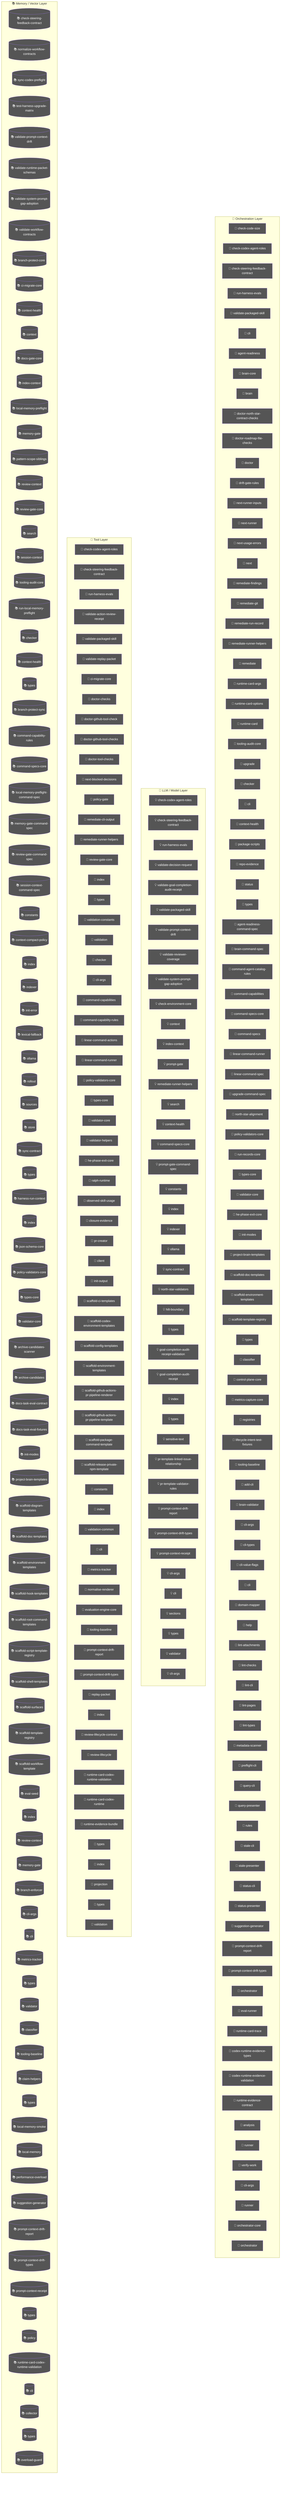
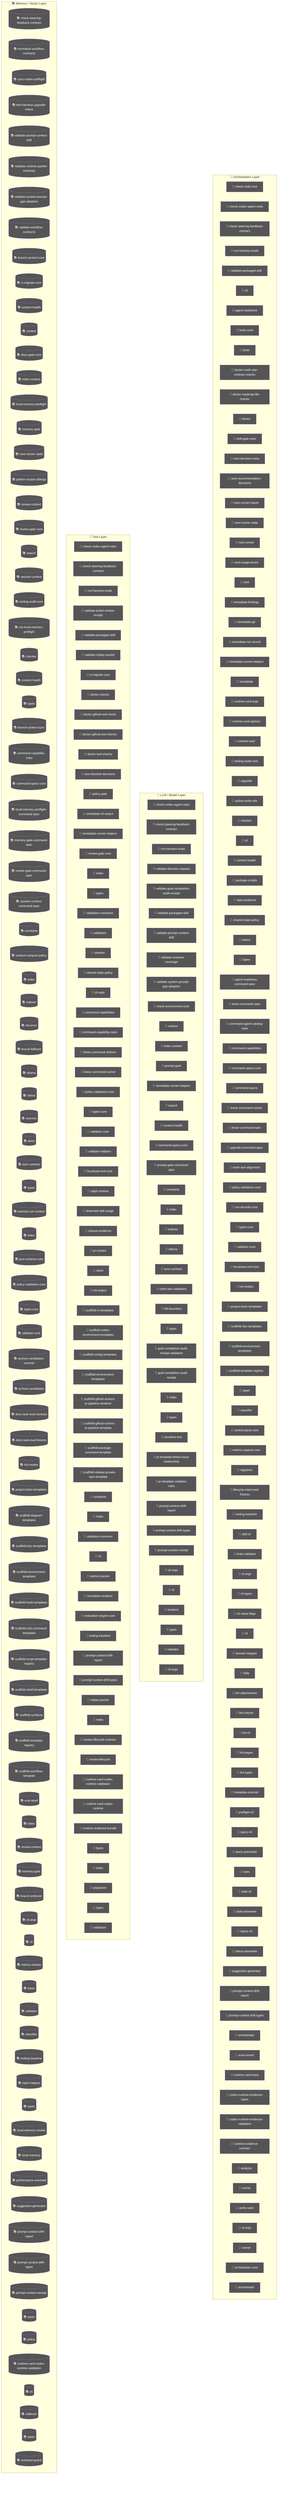
flowchart TD
  subgraph Orchestration["🎯 Orchestration Layer"]
    check_code_size_9c5efc3a["🤖 check-code-size"]
    node_agent_mmd_orchestration_layer_orchestration_chec_7a9f0b64["🤖 check-codex-agent-roles"]
    node_agent_mmd_orchestration_layer_orchestration_chec_7fd47f5c["🤖 check-steering-feedback-contract"]
    node_agent_mmd_orchestration_layer_orchestration_run__18817957["🤖 run-harness-evals"]
    node_agent_mmd_orchestration_layer_orchestration_vali_c01b04be["🤖 validate-packaged-skill"]
    cli_99bb8840["🤖 cli"]
    agent_readiness_c82c68e6["🤖 agent-readiness"]
    brain_core_aa07c380["🤖 brain-core"]
    brain_bbbf7a64["🤖 brain"]
    doctor_north_star_contract_checks_0048124c["🤖 doctor-north-star-contract-checks"]
    doctor_roadmap_file_checks_14447b8e["🤖 doctor-roadmap-file-checks"]
    doctor_72f4be89["🤖 doctor"]
    drift_gate_rules_9685e72d["🤖 drift-gate-rules"]
+     next_decision_meta_c58bc91b["🤖 next-decision-meta"]
+     next_recommendation_decisions_03315dd4["🤖 next-recommendation-decisions"]
    next_runner_inputs_754dba64["🤖 next-runner-inputs"]
+     node_agent_mmd_orchestration_layer_orchestration_next_5393fba1["🤖 next-runner-state"]
    next_runner_41643472["🤖 next-runner"]
    next_usage_errors_837a345a["🤖 next-usage-errors"]
    next_c6c1c9a9["🤖 next"]
    remediate_findings_8b09c8c6["🤖 remediate-findings"]
    remediate_git_58c6f6f4["🤖 remediate-git"]
    remediate_run_record_9dfe5dc1["🤖 remediate-run-record"]
    node_agent_mmd_orchestration_layer_orchestration_reme_359fe98f["🤖 remediate-runner-helpers"]
    remediate_06b9c7fc["🤖 remediate"]
    runtime_card_args_2b3d4b28["🤖 runtime-card-args"]
    runtime_card_options_c9156ad5["🤖 runtime-card-options"]
    runtime_card_e06b53e1["🤖 runtime-card"]
    node_agent_mmd_orchestration_layer_orchestration_tool_acfe0c01["🤖 tooling-audit-core"]
    upgrade_7fef9479["🤖 upgrade"]
+     active_route_refs_d7a46846["🤖 active-route-refs"]
    node_agent_mmd_orchestration_layer_orchestration_chec_0550c395["🤖 checker"]
    cli_1_084e05fe["🤖 cli"]
    node_agent_mmd_orchestration_layer_orchestration_cont_61b3b9c9["🤖 context-health"]
    package_scripts_3ee6150f["🤖 package-scripts"]
    repo_evidence_38bb1de5["🤖 repo-evidence"]
+     node_agent_mmd_orchestration_layer_orchestration_shar_724ef5f0["🤖 shared-state-policy"]
    status_073c1634["🤖 status"]
    node_agent_mmd_orchestration_layer_orchestration_type_4f906dcc["🤖 types"]
    agent_readiness_command_spec_a30c2c1e["🤖 agent-readiness-command-spec"]
    brain_command_spec_15b122d5["🤖 brain-command-spec"]
    command_agent_catalog_rules_8e06b2af["🤖 command-agent-catalog-rules"]
    node_agent_mmd_orchestration_layer_orchestration_comm_6e41a7f7["🤖 command-capabilities"]
    node_agent_mmd_orchestration_layer_orchestration_comm_1f8cc24c["🤖 command-specs-core"]
    command_specs_69167c63["🤖 command-specs"]
    node_agent_mmd_orchestration_layer_orchestration_line_b67affd5["🤖 linear-command-runner"]
    linear_command_spec_1e12dd44["🤖 linear-command-spec"]
    upgrade_command_spec_03f6c7bd["🤖 upgrade-command-spec"]
    north_star_alignment_00440188["🤖 north-star-alignment"]
    node_agent_mmd_orchestration_layer_orchestration_poli_3270b55d["🤖 policy-validators-core"]
    run_records_core_89286dfa["🤖 run-records-core"]
    node_agent_mmd_orchestration_layer_orchestration_type_7cf81261["🤖 types-core"]
    node_agent_mmd_orchestration_layer_orchestration_vali_d9fe99e6["🤖 validator-core"]
    node_agent_mmd_orchestration_layer_orchestration_he_p_fc778c24["🤖 he-phase-exit-core"]
    node_agent_mmd_orchestration_layer_orchestration_init_2a9c3ecb["🤖 init-modes"]
    node_agent_mmd_orchestration_layer_orchestration_proj_6ab6f60f["🤖 project-brain-templates"]
    node_agent_mmd_orchestration_layer_orchestration_scaf_12cc07db["🤖 scaffold-doc-templates"]
    node_agent_mmd_orchestration_layer_orchestration_scaf_c9a90c2f["🤖 scaffold-environment-templates"]
    node_agent_mmd_orchestration_layer_orchestration_scaf_ff8f92f6["🤖 scaffold-template-registry"]
    types_16_0fae1112["🤖 types"]
    node_agent_mmd_orchestration_layer_orchestration_clas_899b821a["🤖 classifier"]
    control_plane_core_db3b4cb2["🤖 control-plane-core"]
    metrics_capture_core_db4bf7cf["🤖 metrics-capture-core"]
    registries_06402afa["🤖 registries"]
    lifecycle_intent_test_fixtures_a53c7ada["🤖 lifecycle-intent-test-fixtures"]
    node_agent_mmd_orchestration_layer_orchestration_tool_cc43149f["🤖 tooling-baseline"]
    add_cli_7614de25["🤖 add-cli"]
    brain_validator_be251832["🤖 brain-validator"]
    cli_args_8_d546936e["🤖 cli-args"]
    cli_types_1686e858["🤖 cli-types"]
    cli_value_flags_732a8e43["🤖 cli-value-flags"]
    cli_10_35dc8cbd["🤖 cli"]
    domain_mapper_cd9333d2["🤖 domain-mapper"]
    help_106a5842["🤖 help"]
    lint_attachments_873c0632["🤖 lint-attachments"]
    lint_checks_83522b19["🤖 lint-checks"]
    lint_cli_9ec62ec0["🤖 lint-cli"]
    lint_pages_e33301d0["🤖 lint-pages"]
    lint_types_2862c255["🤖 lint-types"]
    metadata_scanner_6a101b66["🤖 metadata-scanner"]
    preflight_cli_5d148379["🤖 preflight-cli"]
    query_cli_b95be64d["🤖 query-cli"]
    query_presenter_02e6077c["🤖 query-presenter"]
    rules_6c621d1a["🤖 rules"]
    stale_cli_64548720["🤖 stale-cli"]
    stale_presenter_1de4e3a2["🤖 stale-presenter"]
    status_cli_4c24a0d6["🤖 status-cli"]
    status_presenter_8de686c1["🤖 status-presenter"]
    node_agent_mmd_orchestration_layer_orchestration_sugg_85c5ebe3["🤖 suggestion-generator"]
    node_agent_mmd_orchestration_layer_orchestration_prom_d17b4de2["🤖 prompt-context-drift-report"]
    node_agent_mmd_orchestration_layer_orchestration_prom_77088997["🤖 prompt-context-drift-types"]
    orchestrator_11376b7e["🤖 orchestrator"]
    eval_runner_0966a6b3["🤖 eval-runner"]
    runtime_card_trace_64a5ca95["🤖 runtime-card-trace"]
    codex_runtime_evidence_types_f55808dd["🤖 codex-runtime-evidence-types"]
    codex_runtime_evidence_validation_d060a92d["🤖 codex-runtime-evidence-validation"]
    runtime_evidence_contract_0f7b15b2["🤖 runtime-evidence-contract"]
    analysis_f44e85c4["🤖 analysis"]
    runner_527aa9f4["🤖 runner"]
    verify_work_1_cd8e7ec3["🤖 verify-work"]
    cli_args_14_3481043e["🤖 cli-args"]
    runner_1_6f281bf8["🤖 runner"]
    orchestrator_core_d0678b53["🤖 orchestrator-core"]
    orchestrator_1_6b7137c5["🤖 orchestrator"]
  end
  subgraph LLMLayer["🧠 LLM / Model Layer"]
    node_agent_mmd_llm_model_layer_llmlayer_check_codex_a_29e7b7fa["💡 check-codex-agent-roles"]
    node_agent_mmd_llm_model_layer_llmlayer_check_steerin_0e1bf90d["💡 check-steering-feedback-contract"]
    node_agent_mmd_llm_model_layer_llmlayer_run_harness_e_603fcfdc["💡 run-harness-evals"]
    validate_decision_request_2e5c325e["💡 validate-decision-request"]
    validate_goal_completion_audit_receipt_100d252c["💡 validate-goal-completion-audit-receipt"]
    node_agent_mmd_llm_model_layer_llmlayer_validate_pack_2a12e1f4["💡 validate-packaged-skill"]
    node_agent_mmd_llm_model_layer_llmlayer_validate_prom_9880f764["💡 validate-prompt-context-drift"]
    validate_reviewer_coverage_251efee3["💡 validate-reviewer-coverage"]
    node_agent_mmd_llm_model_layer_llmlayer_validate_syst_5636156e["💡 validate-system-prompt-gap-adoption"]
    check_environment_core_2c16213f["💡 check-environment-core"]
    node_agent_mmd_llm_model_layer_llmlayer_context_conte_ad2dfbd9["💡 context"]
    node_agent_mmd_llm_model_layer_llmlayer_index_context_1041bd11["💡 index-context"]
    prompt_gate_c5e9d207["💡 prompt-gate"]
    node_agent_mmd_llm_model_layer_llmlayer_remediate_run_9e3d4585["💡 remediate-runner-helpers"]
    node_agent_mmd_llm_model_layer_llmlayer_search_search_66b9a911["💡 search"]
    node_agent_mmd_llm_model_layer_llmlayer_context_healt_cfc0bfa8["💡 context-health"]
    node_agent_mmd_llm_model_layer_llmlayer_command_specs_782af9fa["💡 command-specs-core"]
    prompt_gate_command_spec_9a941482["💡 prompt-gate-command-spec"]
    node_agent_mmd_llm_model_layer_llmlayer_constants_con_c9bd3f6c["💡 constants"]
    node_agent_mmd_llm_model_layer_llmlayer_index_index_1_02e160ff["💡 index"]
    node_agent_mmd_llm_model_layer_llmlayer_indexer_index_4f4deef5["💡 indexer"]
    node_agent_mmd_llm_model_layer_llmlayer_ollama_ollama_968b23fa["💡 ollama"]
    node_agent_mmd_llm_model_layer_llmlayer_sync_contract_9f3cc8c1["💡 sync-contract"]
    north_star_validators_cfc926ce["💡 north-star-validators"]
    hilt_boundary_9b36fb15["💡 hilt-boundary"]
    types_10_75e5a4a0["💡 types"]
    goal_completion_audit_receipt_validation_9d0f4891["💡 goal-completion-audit-receipt-validation"]
    goal_completion_audit_receipt_5e4939c3["💡 goal-completion-audit-receipt"]
    index_5_522f772a["💡 index"]
    node_agent_mmd_llm_model_layer_llmlayer_constants_con_c9bd3f6c["💡 constants"]
    types_17_ed30531c["💡 types"]
    sensitive_text_7c11f760["💡 sensitive-text"]
    pr_template_linked_issue_relationship_a7b61f2c["💡 pr-template-linked-issue-relationship"]
    pr_template_validator_rules_20a32d6b["💡 pr-template-validator-rules"]
    node_agent_mmd_llm_model_layer_llmlayer_index_index_1_02e160ff["💡 index"]
    node_agent_mmd_llm_model_layer_llmlayer_prompt_contex_81f9066a["💡 prompt-context-drift-report"]
    node_agent_mmd_llm_model_layer_llmlayer_prompt_contex_e5066b88["💡 prompt-context-drift-types"]
    node_agent_mmd_llm_model_layer_llmlayer_index_index_1_02e160ff["💡 index"]
    node_agent_mmd_llm_model_layer_llmlayer_prompt_contex_6426acc2["💡 prompt-context-receipt"]
    cli_args_9_9c136878["💡 cli-args"]
    cli_11_338a8415["💡 cli"]
    sections_4697ef32["💡 sections"]
    types_27_4d134744["💡 types"]
    validator_7_f836eb0e["💡 validator"]
    cli_args_10_861cdd3f["💡 cli-args"]
  end
  subgraph ToolLayer["🔧 Tool Layer"]
    node_agent_mmd_tool_layer_toollayer_check_codex_agent_4b361d5a["🔧 check-codex-agent-roles"]
    node_agent_mmd_tool_layer_toollayer_check_steering_fe_eafecf3a["🔧 check-steering-feedback-contract"]
    node_agent_mmd_tool_layer_toollayer_run_harness_evals_e2ee24f1["🔧 run-harness-evals"]
    validate_action_review_receipt_fa2f06c3["🔧 validate-action-review-receipt"]
    node_agent_mmd_tool_layer_toollayer_validate_packaged_2855c827["🔧 validate-packaged-skill"]
    validate_replay_packet_f309747e["🔧 validate-replay-packet"]
    node_agent_mmd_tool_layer_toollayer_ci_migrate_core_c_049f8460["🔧 ci-migrate-core"]
    doctor_checks_5a2eb2b9["🔧 doctor-checks"]
    doctor_github_tool_check_e0a938df["🔧 doctor-github-tool-check"]
    doctor_github_tool_checks_a53b0382["🔧 doctor-github-tool-checks"]
    doctor_tool_checks_4acac51a["🔧 doctor-tool-checks"]
    next_blocked_decisions_4140ad2b["🔧 next-blocked-decisions"]
    policy_gate_213f7313["🔧 policy-gate"]
    remediate_cli_output_cc165396["🔧 remediate-cli-output"]
    node_agent_mmd_tool_layer_toollayer_remediate_runner__c003b871["🔧 remediate-runner-helpers"]
    node_agent_mmd_tool_layer_toollayer_review_gate_core__7704598b["🔧 review-gate-core"]
    index_1bc04b52["🔧 index"]
    types_1_4ecdf56e["🔧 types"]
    validation_constants_e002a0f6["🔧 validation-constants"]
    validation_98c41dcd["🔧 validation"]
    node_agent_mmd_tool_layer_toollayer_checker_checker_2_453d593b["🔧 checker"]
+     node_agent_mmd_tool_layer_toollayer_shared_state_poli_53734acd["🔧 shared-state-policy"]
    cli_args_1_6144b055["🔧 cli-args"]
    node_agent_mmd_tool_layer_toollayer_command_capabilit_7fe13db1["🔧 command-capabilities"]
    node_agent_mmd_tool_layer_toollayer_command_capabilit_e97a4615["🔧 command-capability-rules"]
    linear_command_actions_e430f4f4["🔧 linear-command-actions"]
    node_agent_mmd_tool_layer_toollayer_linear_command_ru_d6763748["🔧 linear-command-runner"]
    node_agent_mmd_tool_layer_toollayer_policy_validators_af136abf["🔧 policy-validators-core"]
    node_agent_mmd_tool_layer_toollayer_types_core_types__6c8319b6["🔧 types-core"]
    node_agent_mmd_tool_layer_toollayer_validator_core_va_6ef6131f["🔧 validator-core"]
    validator_helpers_7b927667["🔧 validator-helpers"]
    node_agent_mmd_tool_layer_toollayer_he_phase_exit_cor_af016160["🔧 he-phase-exit-core"]
    ralph_runtime_73d63c0e["🔧 ralph-runtime"]
    observed_skill_usage_ed7d5930["🔧 observed-skill-usage"]
    closure_evidence_aaa31467["🔧 closure-evidence"]
    pr_creator_dc6b1ea4["🔧 pr-creator"]
    client_948fe603["🔧 client"]
    init_output_360dce91["🔧 init-output"]
    scaffold_ci_templates_2afd6392["🔧 scaffold-ci-templates"]
    scaffold_codex_environment_templates_334fbbed["🔧 scaffold-codex-environment-templates"]
    scaffold_config_templates_4b80ce53["🔧 scaffold-config-templates"]
    node_agent_mmd_tool_layer_toollayer_scaffold_environm_c1afc013["🔧 scaffold-environment-templates"]
    scaffold_github_actions_pr_pipeline_renderer_1ee18de5["🔧 scaffold-github-actions-pr-pipeline-renderer"]
    scaffold_github_actions_pr_pipeline_template_e2b85f62["🔧 scaffold-github-actions-pr-pipeline-template"]
    scaffold_package_command_template_80e32e83["🔧 scaffold-package-command-template"]
    scaffold_release_private_npm_template_075499f8["🔧 scaffold-release-private-npm-template"]
    node_agent_mmd_tool_layer_toollayer_constants_constan_9d71b829["🔧 constants"]
    index_9_32dd4d91["🔧 index"]
    validation_common_6161e48b["🔧 validation-common"]
    node_agent_mmd_tool_layer_toollayer_cli_cli_2_1_32d9eeaf["🔧 cli"]
    node_agent_mmd_tool_layer_toollayer_metrics_tracker_m_4c9237d8["🔧 metrics-tracker"]
    normalise_renderer_85f2e563["🔧 normalise-renderer"]
    evaluation_engine_core_e054fe49["🔧 evaluation-engine-core"]
    node_agent_mmd_tool_layer_toollayer_tooling_baseline__61e66e9f["🔧 tooling-baseline"]
    node_agent_mmd_tool_layer_toollayer_prompt_context_dr_a2772f2b["🔧 prompt-context-drift-report"]
    node_agent_mmd_tool_layer_toollayer_prompt_context_dr_bd82da46["🔧 prompt-context-drift-types"]
    replay_packet_a1293f88["🔧 replay-packet"]
    index_14_d982116c["🔧 index"]
    review_lifecycle_contract_e5447221["🔧 review-lifecycle-contract"]
    review_lifecycle_89afa64c["🔧 review-lifecycle"]
    node_agent_mmd_tool_layer_toollayer_runtime_card_code_3636ceac["🔧 runtime-card-codex-runtime-validation"]
    runtime_card_codex_runtime_0655e230["🔧 runtime-card-codex-runtime"]
    runtime_evidence_bundle_d471a232["🔧 runtime-evidence-bundle"]
    types_36_674380ec["🔧 types"]
    index_17_642943a2["🔧 index"]
    projection_1b250ea1["🔧 projection"]
    types_38_e8efcd57["🔧 types"]
    validation_7_c4e6d8b6["🔧 validation"]
  end
  subgraph MemoryLayer["📚 Memory / Vector Layer"]
    node_agent_mmd_memory_vector_layer_memorylayer_check__64c86928[("📚 check-steering-feedback-contract")]
    normalize_workflow_contracts_8701f1c8[("📚 normalize-workflow-contracts")]
    sync_codex_preflight_7e7a8dc2[("📚 sync-codex-preflight")]
    test_harness_upgrade_matrix_84113c4e[("📚 test-harness-upgrade-matrix")]
    node_agent_mmd_memory_vector_layer_memorylayer_valida_c52c4db8[("📚 validate-prompt-context-drift")]
    validate_runtime_packet_schemas_bc3ba8ec[("📚 validate-runtime-packet-schemas")]
    node_agent_mmd_memory_vector_layer_memorylayer_valida_db599a97[("📚 validate-system-prompt-gap-adoption")]
    validate_workflow_contracts_33dc063c[("📚 validate-workflow-contracts")]
    branch_protect_core_a8feb0fd[("📚 branch-protect-core")]
    node_agent_mmd_memory_vector_layer_memorylayer_ci_mig_0cd5b1a4[("📚 ci-migrate-core")]
    context_health_80bb7da9[("📚 context-health")]
    node_agent_mmd_memory_vector_layer_memorylayer_contex_78ceaaa9[("📚 context")]
    docs_gate_core_eb9b6c18[("📚 docs-gate-core")]
    node_agent_mmd_memory_vector_layer_memorylayer_index__6f3402d0[("📚 index-context")]
    local_memory_preflight_dcc36c42[("📚 local-memory-preflight")]
    memory_gate_a577a506[("📚 memory-gate")]
+     node_agent_mmd_memory_vector_layer_memorylayer_next_r_7feb80cc[("📚 next-runner-state")]
    pattern_scope_siblings_43abe000[("📚 pattern-scope-siblings")]
    review_context_ca6cf81d[("📚 review-context")]
    node_agent_mmd_memory_vector_layer_memorylayer_review_5bee9816[("📚 review-gate-core")]
    node_agent_mmd_memory_vector_layer_memorylayer_search_ac35cb7e[("📚 search")]
    session_context_e5ec72c0[("📚 session-context")]
    node_agent_mmd_memory_vector_layer_memorylayer_toolin_a1185b8f[("📚 tooling-audit-core")]
    run_local_memory_preflight_36e92808[("📚 run-local-memory-preflight")]
    node_agent_mmd_memory_vector_layer_memorylayer_checke_a583eb4f[("📚 checker")]
    node_agent_mmd_memory_vector_layer_memorylayer_contex_3204aa0e[("📚 context-health")]
    node_agent_mmd_memory_vector_layer_memorylayer_types__9ad640a0[("📚 types")]
    branch_protect_sync_570adb18[("📚 branch-protect-sync")]
    node_agent_mmd_memory_vector_layer_memorylayer_comman_c72a5d05[("📚 command-capability-rules")]
    node_agent_mmd_memory_vector_layer_memorylayer_comman_111eb454[("📚 command-specs-core")]
    local_memory_preflight_command_spec_9e23f3ce[("📚 local-memory-preflight-command-spec")]
    memory_gate_command_spec_dc9001a9[("📚 memory-gate-command-spec")]
    review_gate_command_spec_3187376a[("📚 review-gate-command-spec")]
    session_context_command_spec_973afbb1[("📚 session-context-command-spec")]
    node_agent_mmd_memory_vector_layer_memorylayer_consta_702d3f46[("📚 constants")]
    context_compact_policy_3dcaf95d[("📚 context-compact-policy")]
    node_agent_mmd_memory_vector_layer_memorylayer_index__752bc61e[("📚 index")]
    node_agent_mmd_memory_vector_layer_memorylayer_indexe_93e6d86f[("📚 indexer")]
    init_error_5c7dd49f[("📚 init-error")]
    lexical_fallback_723e2b3e[("📚 lexical-fallback")]
    node_agent_mmd_memory_vector_layer_memorylayer_ollama_6d51be16[("📚 ollama")]
    rollout_a4fa034c[("📚 rollout")]
    sources_878a52fc[("📚 sources")]
    store_824d80d7[("📚 store")]
    node_agent_mmd_memory_vector_layer_memorylayer_sync_c_e43418bc[("📚 sync-contract")]
    types_8_f6283648[("📚 types")]
    harness_run_context_ac7c77a9[("📚 harness-run-context")]
    index_4_013aa0e3[("📚 index")]
    json_schema_core_96d7e328[("📚 json-schema-core")]
    node_agent_mmd_memory_vector_layer_memorylayer_policy_1944de42[("📚 policy-validators-core")]
    node_agent_mmd_memory_vector_layer_memorylayer_types__83f369fa[("📚 types-core")]
    node_agent_mmd_memory_vector_layer_memorylayer_valida_41034356[("📚 validator-core")]
    archive_candidates_scanner_d0931789[("📚 archive-candidates-scanner")]
    archive_candidates_dc0e40e1[("📚 archive-candidates")]
    docs_task_eval_contract_79347457[("📚 docs-task-eval-contract")]
    docs_task_eval_fixtures_44902755[("📚 docs-task-eval-fixtures")]
    node_agent_mmd_memory_vector_layer_memorylayer_init_m_333d02c5[("📚 init-modes")]
    node_agent_mmd_memory_vector_layer_memorylayer_projec_3ae304d9[("📚 project-brain-templates")]
    scaffold_diagram_templates_dd88e83c[("📚 scaffold-diagram-templates")]
    node_agent_mmd_memory_vector_layer_memorylayer_scaffo_5fd73b94[("📚 scaffold-doc-templates")]
    node_agent_mmd_memory_vector_layer_memorylayer_scaffo_12b42341[("📚 scaffold-environment-templates")]
    scaffold_hook_templates_8c74ab50[("📚 scaffold-hook-templates")]
    scaffold_root_command_templates_404fed7f[("📚 scaffold-root-command-templates")]
    scaffold_script_template_registry_69312d4e[("📚 scaffold-script-template-registry")]
    scaffold_shell_templates_0ad0f915[("📚 scaffold-shell-templates")]
    scaffold_surfaces_12d6494e[("📚 scaffold-surfaces")]
    node_agent_mmd_memory_vector_layer_memorylayer_scaffo_a86eece1[("📚 scaffold-template-registry")]
    scaffold_workflow_template_92310587[("📚 scaffold-workflow-template")]
    eval_seed_5699fd3e[("📚 eval-seed")]
    index_10_f6785a46[("📚 index")]
    review_context_1_e3afed15[("📚 review-context")]
    memory_gate_1_265164ac[("📚 memory-gate")]
    branch_enforcer_acb749cd[("📚 branch-enforcer")]
    cli_args_5_09ea29f0[("📚 cli-args")]
    node_agent_mmd_memory_vector_layer_memorylayer_cli_cl_1f1f89ab[("📚 cli")]
    node_agent_mmd_memory_vector_layer_memorylayer_metric_12562178[("📚 metrics-tracker")]
    types_19_eb4ad5f0[("📚 types")]
    validator_5_b19ac2be[("📚 validator")]
    node_agent_mmd_memory_vector_layer_memorylayer_classi_1ebbf5ff[("📚 classifier")]
    node_agent_mmd_memory_vector_layer_memorylayer_toolin_14f86b00[("📚 tooling-baseline")]
    claim_helpers_20dc8387[("📚 claim-helpers")]
    types_24_c63dc1a7[("📚 types")]
    local_memory_smoke_1175abfc[("📚 local-memory-smoke")]
    local_memory_0db17ecc[("📚 local-memory")]
    performance_overload_c685bfcf[("📚 performance-overload")]
    node_agent_mmd_memory_vector_layer_memorylayer_sugges_267f408d[("📚 suggestion-generator")]
    node_agent_mmd_memory_vector_layer_memorylayer_index__752bc61e[("📚 index")]
    node_agent_mmd_memory_vector_layer_memorylayer_prompt_ae34fc43[("📚 prompt-context-drift-report")]
    node_agent_mmd_memory_vector_layer_memorylayer_prompt_efd77624[("📚 prompt-context-drift-types")]
    node_agent_mmd_memory_vector_layer_memorylayer_index__752bc61e[("📚 index")]
    node_agent_mmd_memory_vector_layer_memorylayer_prompt_55c0d605[("📚 prompt-context-receipt")]
    types_31_eb363e20[("📚 types")]
    policy_1_fc4198db[("📚 policy")]
    node_agent_mmd_memory_vector_layer_memorylayer_runtim_a5d23e7f[("📚 runtime-card-codex-runtime-validation")]
    cli_12_01c06c37[("📚 cli")]
    collector_0736fd5b[("📚 collector")]
    types_34_85e6a0bb[("📚 types")]
    overload_guard_2748c559[("📚 overload-guard")]
  end
  classDef agentNode fill:#555,color:#fff
-   class check_code_size_9c5efc3a,node_agent_mmd_orchestration_layer_orchestration_chec_7a9f0b64,node_agent_mmd_llm_model_layer_llmlayer_check_codex_a_29e7b7fa,node_agent_mmd_tool_layer_toollayer_check_codex_agent_4b361d5a,node_agent_mmd_orchestration_layer_orchestration_chec_7fd47f5c,node_agent_mmd_llm_model_layer_llmlayer_check_steerin_0e1bf90d,node_agent_mmd_tool_layer_toollayer_check_steering_fe_eafecf3a,node_agent_mmd_memory_vector_layer_memorylayer_check__64c86928,node_agent_mmd_orchestration_layer_orchestration_run__18817957,node_agent_mmd_llm_model_layer_llmlayer_run_harness_e_603fcfdc,node_agent_mmd_tool_layer_toollayer_run_harness_evals_e2ee24f1,node_agent_mmd_orchestration_layer_orchestration_vali_c01b04be,node_agent_mmd_llm_model_layer_llmlayer_validate_pack_2a12e1f4,node_agent_mmd_tool_layer_toollayer_validate_packaged_2855c827,cli_99bb8840,agent_readiness_c82c68e6,brain_core_aa07c380,brain_bbbf7a64,doctor_north_star_contract_checks_0048124c,doctor_roadmap_file_checks_14447b8e,doctor_72f4be89,drift_gate_rules_9685e72d,next_runner_inputs_754dba64,next_runner_41643472,next_usage_errors_837a345a,next_c6c1c9a9,remediate_findings_8b09c8c6,remediate_git_58c6f6f4,remediate_run_record_9dfe5dc1,node_agent_mmd_orchestration_layer_orchestration_reme_359fe98f,node_agent_mmd_llm_model_layer_llmlayer_remediate_run_9e3d4585,node_agent_mmd_tool_layer_toollayer_remediate_runner__c003b871,remediate_06b9c7fc,runtime_card_args_2b3d4b28,runtime_card_options_c9156ad5,runtime_card_e06b53e1,node_agent_mmd_orchestration_layer_orchestration_tool_acfe0c01,node_agent_mmd_memory_vector_layer_memorylayer_toolin_a1185b8f,upgrade_7fef9479,node_agent_mmd_orchestration_layer_orchestration_chec_0550c395,node_agent_mmd_tool_layer_toollayer_checker_checker_2_453d593b,node_agent_mmd_memory_vector_layer_memorylayer_checke_a583eb4f,cli_1_084e05fe,node_agent_mmd_orchestration_layer_orchestration_cont_61b3b9c9,node_agent_mmd_llm_model_layer_llmlayer_context_healt_cfc0bfa8,node_agent_mmd_memory_vector_layer_memorylayer_contex_3204aa0e,package_scripts_3ee6150f,repo_evidence_38bb1de5,status_073c1634,node_agent_mmd_orchestration_layer_orchestration_type_4f906dcc,node_agent_mmd_memory_vector_layer_memorylayer_types__9ad640a0,agent_readiness_command_spec_a30c2c1e,brain_command_spec_15b122d5,command_agent_catalog_rules_8e06b2af,node_agent_mmd_orchestration_layer_orchestration_comm_6e41a7f7,node_agent_mmd_tool_layer_toollayer_command_capabilit_7fe13db1,node_agent_mmd_orchestration_layer_orchestration_comm_1f8cc24c,node_agent_mmd_llm_model_layer_llmlayer_command_specs_782af9fa,node_agent_mmd_memory_vector_layer_memorylayer_comman_111eb454,command_specs_69167c63,node_agent_mmd_orchestration_layer_orchestration_line_b67affd5,node_agent_mmd_tool_layer_toollayer_linear_command_ru_d6763748,linear_command_spec_1e12dd44,upgrade_command_spec_03f6c7bd,north_star_alignment_00440188,node_agent_mmd_orchestration_layer_orchestration_poli_3270b55d,node_agent_mmd_tool_layer_toollayer_policy_validators_af136abf,node_agent_mmd_memory_vector_layer_memorylayer_policy_1944de42,run_records_core_89286dfa,node_agent_mmd_orchestration_layer_orchestration_type_7cf81261,node_agent_mmd_tool_layer_toollayer_types_core_types__6c8319b6,node_agent_mmd_memory_vector_layer_memorylayer_types__83f369fa,node_agent_mmd_orchestration_layer_orchestration_vali_d9fe99e6,node_agent_mmd_tool_layer_toollayer_validator_core_va_6ef6131f,node_agent_mmd_memory_vector_layer_memorylayer_valida_41034356,node_agent_mmd_orchestration_layer_orchestration_he_p_fc778c24,node_agent_mmd_tool_layer_toollayer_he_phase_exit_cor_af016160,node_agent_mmd_orchestration_layer_orchestration_init_2a9c3ecb,node_agent_mmd_memory_vector_layer_memorylayer_init_m_333d02c5,node_agent_mmd_orchestration_layer_orchestration_proj_6ab6f60f,node_agent_mmd_memory_vector_layer_memorylayer_projec_3ae304d9,node_agent_mmd_orchestration_layer_orchestration_scaf_12cc07db,node_agent_mmd_memory_vector_layer_memorylayer_scaffo_5fd73b94,node_agent_mmd_orchestration_layer_orchestration_scaf_c9a90c2f,node_agent_mmd_tool_layer_toollayer_scaffold_environm_c1afc013,node_agent_mmd_memory_vector_layer_memorylayer_scaffo_12b42341,node_agent_mmd_orchestration_layer_orchestration_scaf_ff8f92f6,node_agent_mmd_memory_vector_layer_memorylayer_scaffo_a86eece1,types_16_0fae1112,node_agent_mmd_orchestration_layer_orchestration_clas_899b821a,node_agent_mmd_memory_vector_layer_memorylayer_classi_1ebbf5ff,control_plane_core_db3b4cb2,metrics_capture_core_db4bf7cf,registries_06402afa,lifecycle_intent_test_fixtures_a53c7ada,node_agent_mmd_orchestration_layer_orchestration_tool_cc43149f,node_agent_mmd_tool_layer_toollayer_tooling_baseline__61e66e9f,node_agent_mmd_memory_vector_layer_memorylayer_toolin_14f86b00,add_cli_7614de25,brain_validator_be251832,cli_args_8_d546936e,cli_types_1686e858,cli_value_flags_732a8e43,cli_10_35dc8cbd,domain_mapper_cd9333d2,help_106a5842,lint_attachments_873c0632,lint_checks_83522b19,lint_cli_9ec62ec0,lint_pages_e33301d0,lint_types_2862c255,metadata_scanner_6a101b66,preflight_cli_5d148379,query_cli_b95be64d,query_presenter_02e6077c,rules_6c621d1a,stale_cli_64548720,stale_presenter_1de4e3a2,status_cli_4c24a0d6,status_presenter_8de686c1,node_agent_mmd_orchestration_layer_orchestration_sugg_85c5ebe3,node_agent_mmd_memory_vector_layer_memorylayer_sugges_267f408d,node_agent_mmd_orchestration_layer_orchestration_prom_d17b4de2,node_agent_mmd_llm_model_layer_llmlayer_prompt_contex_81f9066a,node_agent_mmd_tool_layer_toollayer_prompt_context_dr_a2772f2b,node_agent_mmd_memory_vector_layer_memorylayer_prompt_ae34fc43,node_agent_mmd_orchestration_layer_orchestration_prom_77088997,node_agent_mmd_llm_model_layer_llmlayer_prompt_contex_e5066b88,node_agent_mmd_tool_layer_toollayer_prompt_context_dr_bd82da46,node_agent_mmd_memory_vector_layer_memorylayer_prompt_efd77624,orchestrator_11376b7e,eval_runner_0966a6b3,runtime_card_trace_64a5ca95,codex_runtime_evidence_types_f55808dd,codex_runtime_evidence_validation_d060a92d,runtime_evidence_contract_0f7b15b2,analysis_f44e85c4,runner_527aa9f4,verify_work_1_cd8e7ec3,cli_args_14_3481043e,runner_1_6f281bf8,orchestrator_core_d0678b53,orchestrator_1_6b7137c5 agentNode
+   class check_code_size_9c5efc3a,node_agent_mmd_orchestration_layer_orchestration_chec_7a9f0b64,node_agent_mmd_llm_model_layer_llmlayer_check_codex_a_29e7b7fa,node_agent_mmd_tool_layer_toollayer_check_codex_agent_4b361d5a,node_agent_mmd_orchestration_layer_orchestration_chec_7fd47f5c,node_agent_mmd_llm_model_layer_llmlayer_check_steerin_0e1bf90d,node_agent_mmd_tool_layer_toollayer_check_steering_fe_eafecf3a,node_agent_mmd_memory_vector_layer_memorylayer_check__64c86928,node_agent_mmd_orchestration_layer_orchestration_run__18817957,node_agent_mmd_llm_model_layer_llmlayer_run_harness_e_603fcfdc,node_agent_mmd_tool_layer_toollayer_run_harness_evals_e2ee24f1,node_agent_mmd_orchestration_layer_orchestration_vali_c01b04be,node_agent_mmd_llm_model_layer_llmlayer_validate_pack_2a12e1f4,node_agent_mmd_tool_layer_toollayer_validate_packaged_2855c827,cli_99bb8840,agent_readiness_c82c68e6,brain_core_aa07c380,brain_bbbf7a64,doctor_north_star_contract_checks_0048124c,doctor_roadmap_file_checks_14447b8e,doctor_72f4be89,drift_gate_rules_9685e72d,next_decision_meta_c58bc91b,next_recommendation_decisions_03315dd4,next_runner_inputs_754dba64,node_agent_mmd_orchestration_layer_orchestration_next_5393fba1,node_agent_mmd_memory_vector_layer_memorylayer_next_r_7feb80cc,next_runner_41643472,next_usage_errors_837a345a,next_c6c1c9a9,remediate_findings_8b09c8c6,remediate_git_58c6f6f4,remediate_run_record_9dfe5dc1,node_agent_mmd_orchestration_layer_orchestration_reme_359fe98f,node_agent_mmd_llm_model_layer_llmlayer_remediate_run_9e3d4585,node_agent_mmd_tool_layer_toollayer_remediate_runner__c003b871,remediate_06b9c7fc,runtime_card_args_2b3d4b28,runtime_card_options_c9156ad5,runtime_card_e06b53e1,node_agent_mmd_orchestration_layer_orchestration_tool_acfe0c01,node_agent_mmd_memory_vector_layer_memorylayer_toolin_a1185b8f,upgrade_7fef9479,active_route_refs_d7a46846,node_agent_mmd_orchestration_layer_orchestration_chec_0550c395,node_agent_mmd_tool_layer_toollayer_checker_checker_2_453d593b,node_agent_mmd_memory_vector_layer_memorylayer_checke_a583eb4f,cli_1_084e05fe,node_agent_mmd_orchestration_layer_orchestration_cont_61b3b9c9,node_agent_mmd_llm_model_layer_llmlayer_context_healt_cfc0bfa8,node_agent_mmd_memory_vector_layer_memorylayer_contex_3204aa0e,package_scripts_3ee6150f,repo_evidence_38bb1de5,node_agent_mmd_orchestration_layer_orchestration_shar_724ef5f0,node_agent_mmd_tool_layer_toollayer_shared_state_poli_53734acd,status_073c1634,node_agent_mmd_orchestration_layer_orchestration_type_4f906dcc,node_agent_mmd_memory_vector_layer_memorylayer_types__9ad640a0,agent_readiness_command_spec_a30c2c1e,brain_command_spec_15b122d5,command_agent_catalog_rules_8e06b2af,node_agent_mmd_orchestration_layer_orchestration_comm_6e41a7f7,node_agent_mmd_tool_layer_toollayer_command_capabilit_7fe13db1,node_agent_mmd_orchestration_layer_orchestration_comm_1f8cc24c,node_agent_mmd_llm_model_layer_llmlayer_command_specs_782af9fa,node_agent_mmd_memory_vector_layer_memorylayer_comman_111eb454,command_specs_69167c63,node_agent_mmd_orchestration_layer_orchestration_line_b67affd5,node_agent_mmd_tool_layer_toollayer_linear_command_ru_d6763748,linear_command_spec_1e12dd44,upgrade_command_spec_03f6c7bd,north_star_alignment_00440188,node_agent_mmd_orchestration_layer_orchestration_poli_3270b55d,node_agent_mmd_tool_layer_toollayer_policy_validators_af136abf,node_agent_mmd_memory_vector_layer_memorylayer_policy_1944de42,run_records_core_89286dfa,node_agent_mmd_orchestration_layer_orchestration_type_7cf81261,node_agent_mmd_tool_layer_toollayer_types_core_types__6c8319b6,node_agent_mmd_memory_vector_layer_memorylayer_types__83f369fa,node_agent_mmd_orchestration_layer_orchestration_vali_d9fe99e6,node_agent_mmd_tool_layer_toollayer_validator_core_va_6ef6131f,node_agent_mmd_memory_vector_layer_memorylayer_valida_41034356,node_agent_mmd_orchestration_layer_orchestration_he_p_fc778c24,node_agent_mmd_tool_layer_toollayer_he_phase_exit_cor_af016160,node_agent_mmd_orchestration_layer_orchestration_init_2a9c3ecb,node_agent_mmd_memory_vector_layer_memorylayer_init_m_333d02c5,node_agent_mmd_orchestration_layer_orchestration_proj_6ab6f60f,node_agent_mmd_memory_vector_layer_memorylayer_projec_3ae304d9,node_agent_mmd_orchestration_layer_orchestration_scaf_12cc07db,node_agent_mmd_memory_vector_layer_memorylayer_scaffo_5fd73b94,node_agent_mmd_orchestration_layer_orchestration_scaf_c9a90c2f,node_agent_mmd_tool_layer_toollayer_scaffold_environm_c1afc013,node_agent_mmd_memory_vector_layer_memorylayer_scaffo_12b42341,node_agent_mmd_orchestration_layer_orchestration_scaf_ff8f92f6,node_agent_mmd_memory_vector_layer_memorylayer_scaffo_a86eece1,types_16_0fae1112,node_agent_mmd_orchestration_layer_orchestration_clas_899b821a,node_agent_mmd_memory_vector_layer_memorylayer_classi_1ebbf5ff,control_plane_core_db3b4cb2,metrics_capture_core_db4bf7cf,registries_06402afa,lifecycle_intent_test_fixtures_a53c7ada,node_agent_mmd_orchestration_layer_orchestration_tool_cc43149f,node_agent_mmd_tool_layer_toollayer_tooling_baseline__61e66e9f,node_agent_mmd_memory_vector_layer_memorylayer_toolin_14f86b00,add_cli_7614de25,brain_validator_be251832,cli_args_8_d546936e,cli_types_1686e858,cli_value_flags_732a8e43,cli_10_35dc8cbd,domain_mapper_cd9333d2,help_106a5842,lint_attachments_873c0632,lint_checks_83522b19,lint_cli_9ec62ec0,lint_pages_e33301d0,lint_types_2862c255,metadata_scanner_6a101b66,preflight_cli_5d148379,query_cli_b95be64d,query_presenter_02e6077c,rules_6c621d1a,stale_cli_64548720,stale_presenter_1de4e3a2,status_cli_4c24a0d6,status_presenter_8de686c1,node_agent_mmd_orchestration_layer_orchestration_sugg_85c5ebe3,node_agent_mmd_memory_vector_layer_memorylayer_sugges_267f408d,node_agent_mmd_orchestration_layer_orchestration_prom_d17b4de2,node_agent_mmd_llm_model_layer_llmlayer_prompt_contex_81f9066a,node_agent_mmd_tool_layer_toollayer_prompt_context_dr_a2772f2b,node_agent_mmd_memory_vector_layer_memorylayer_prompt_ae34fc43,node_agent_mmd_orchestration_layer_orchestration_prom_77088997,node_agent_mmd_llm_model_layer_llmlayer_prompt_contex_e5066b88,node_agent_mmd_tool_layer_toollayer_prompt_context_dr_bd82da46,node_agent_mmd_memory_vector_layer_memorylayer_prompt_efd77624,orchestrator_11376b7e,eval_runner_0966a6b3,runtime_card_trace_64a5ca95,codex_runtime_evidence_types_f55808dd,codex_runtime_evidence_validation_d060a92d,runtime_evidence_contract_0f7b15b2,analysis_f44e85c4,runner_527aa9f4,verify_work_1_cd8e7ec3,cli_args_14_3481043e,runner_1_6f281bf8,orchestrator_core_d0678b53,orchestrator_1_6b7137c5 agentNode
  classDef llmNode fill:#555,color:#fff
  class node_agent_mmd_orchestration_layer_orchestration_chec_7a9f0b64,node_agent_mmd_llm_model_layer_llmlayer_check_codex_a_29e7b7fa,node_agent_mmd_tool_layer_toollayer_check_codex_agent_4b361d5a,node_agent_mmd_orchestration_layer_orchestration_chec_7fd47f5c,node_agent_mmd_llm_model_layer_llmlayer_check_steerin_0e1bf90d,node_agent_mmd_tool_layer_toollayer_check_steering_fe_eafecf3a,node_agent_mmd_memory_vector_layer_memorylayer_check__64c86928,node_agent_mmd_orchestration_layer_orchestration_run__18817957,node_agent_mmd_llm_model_layer_llmlayer_run_harness_e_603fcfdc,node_agent_mmd_tool_layer_toollayer_run_harness_evals_e2ee24f1,validate_decision_request_2e5c325e,validate_goal_completion_audit_receipt_100d252c,node_agent_mmd_orchestration_layer_orchestration_vali_c01b04be,node_agent_mmd_llm_model_layer_llmlayer_validate_pack_2a12e1f4,node_agent_mmd_tool_layer_toollayer_validate_packaged_2855c827,node_agent_mmd_llm_model_layer_llmlayer_validate_prom_9880f764,node_agent_mmd_memory_vector_layer_memorylayer_valida_c52c4db8,validate_reviewer_coverage_251efee3,node_agent_mmd_llm_model_layer_llmlayer_validate_syst_5636156e,node_agent_mmd_memory_vector_layer_memorylayer_valida_db599a97,check_environment_core_2c16213f,node_agent_mmd_llm_model_layer_llmlayer_context_conte_ad2dfbd9,node_agent_mmd_memory_vector_layer_memorylayer_contex_78ceaaa9,node_agent_mmd_llm_model_layer_llmlayer_index_context_1041bd11,node_agent_mmd_memory_vector_layer_memorylayer_index__6f3402d0,prompt_gate_c5e9d207,node_agent_mmd_orchestration_layer_orchestration_reme_359fe98f,node_agent_mmd_llm_model_layer_llmlayer_remediate_run_9e3d4585,node_agent_mmd_tool_layer_toollayer_remediate_runner__c003b871,node_agent_mmd_llm_model_layer_llmlayer_search_search_66b9a911,node_agent_mmd_memory_vector_layer_memorylayer_search_ac35cb7e,node_agent_mmd_orchestration_layer_orchestration_cont_61b3b9c9,node_agent_mmd_llm_model_layer_llmlayer_context_healt_cfc0bfa8,node_agent_mmd_memory_vector_layer_memorylayer_contex_3204aa0e,node_agent_mmd_orchestration_layer_orchestration_comm_1f8cc24c,node_agent_mmd_llm_model_layer_llmlayer_command_specs_782af9fa,node_agent_mmd_memory_vector_layer_memorylayer_comman_111eb454,prompt_gate_command_spec_9a941482,node_agent_mmd_llm_model_layer_llmlayer_constants_con_c9bd3f6c,node_agent_mmd_memory_vector_layer_memorylayer_consta_702d3f46,node_agent_mmd_llm_model_layer_llmlayer_index_index_1_02e160ff,node_agent_mmd_memory_vector_layer_memorylayer_index__752bc61e,node_agent_mmd_llm_model_layer_llmlayer_indexer_index_4f4deef5,node_agent_mmd_memory_vector_layer_memorylayer_indexe_93e6d86f,node_agent_mmd_llm_model_layer_llmlayer_ollama_ollama_968b23fa,node_agent_mmd_memory_vector_layer_memorylayer_ollama_6d51be16,node_agent_mmd_llm_model_layer_llmlayer_sync_contract_9f3cc8c1,node_agent_mmd_memory_vector_layer_memorylayer_sync_c_e43418bc,north_star_validators_cfc926ce,hilt_boundary_9b36fb15,types_10_75e5a4a0,goal_completion_audit_receipt_validation_9d0f4891,goal_completion_audit_receipt_5e4939c3,index_5_522f772a,node_agent_mmd_tool_layer_toollayer_constants_constan_9d71b829,types_17_ed30531c,sensitive_text_7c11f760,pr_template_linked_issue_relationship_a7b61f2c,pr_template_validator_rules_20a32d6b,node_agent_mmd_orchestration_layer_orchestration_prom_d17b4de2,node_agent_mmd_llm_model_layer_llmlayer_prompt_contex_81f9066a,node_agent_mmd_tool_layer_toollayer_prompt_context_dr_a2772f2b,node_agent_mmd_memory_vector_layer_memorylayer_prompt_ae34fc43,node_agent_mmd_orchestration_layer_orchestration_prom_77088997,node_agent_mmd_llm_model_layer_llmlayer_prompt_contex_e5066b88,node_agent_mmd_tool_layer_toollayer_prompt_context_dr_bd82da46,node_agent_mmd_memory_vector_layer_memorylayer_prompt_efd77624,node_agent_mmd_llm_model_layer_llmlayer_prompt_contex_6426acc2,node_agent_mmd_memory_vector_layer_memorylayer_prompt_55c0d605,cli_args_9_9c136878,cli_11_338a8415,sections_4697ef32,types_27_4d134744,validator_7_f836eb0e,cli_args_10_861cdd3f llmNode
  classDef toolNode fill:#555,color:#fff
-   class node_agent_mmd_orchestration_layer_orchestration_chec_7a9f0b64,node_agent_mmd_llm_model_layer_llmlayer_check_codex_a_29e7b7fa,node_agent_mmd_tool_layer_toollayer_check_codex_agent_4b361d5a,node_agent_mmd_orchestration_layer_orchestration_chec_7fd47f5c,node_agent_mmd_llm_model_layer_llmlayer_check_steerin_0e1bf90d,node_agent_mmd_tool_layer_toollayer_check_steering_fe_eafecf3a,node_agent_mmd_memory_vector_layer_memorylayer_check__64c86928,node_agent_mmd_orchestration_layer_orchestration_run__18817957,node_agent_mmd_llm_model_layer_llmlayer_run_harness_e_603fcfdc,node_agent_mmd_tool_layer_toollayer_run_harness_evals_e2ee24f1,validate_action_review_receipt_fa2f06c3,node_agent_mmd_orchestration_layer_orchestration_vali_c01b04be,node_agent_mmd_llm_model_layer_llmlayer_validate_pack_2a12e1f4,node_agent_mmd_tool_layer_toollayer_validate_packaged_2855c827,validate_replay_packet_f309747e,node_agent_mmd_tool_layer_toollayer_ci_migrate_core_c_049f8460,node_agent_mmd_memory_vector_layer_memorylayer_ci_mig_0cd5b1a4,doctor_checks_5a2eb2b9,doctor_github_tool_check_e0a938df,doctor_github_tool_checks_a53b0382,doctor_tool_checks_4acac51a,next_blocked_decisions_4140ad2b,policy_gate_213f7313,remediate_cli_output_cc165396,node_agent_mmd_orchestration_layer_orchestration_reme_359fe98f,node_agent_mmd_llm_model_layer_llmlayer_remediate_run_9e3d4585,node_agent_mmd_tool_layer_toollayer_remediate_runner__c003b871,node_agent_mmd_tool_layer_toollayer_review_gate_core__7704598b,node_agent_mmd_memory_vector_layer_memorylayer_review_5bee9816,index_1bc04b52,types_1_4ecdf56e,validation_constants_e002a0f6,validation_98c41dcd,node_agent_mmd_orchestration_layer_orchestration_chec_0550c395,node_agent_mmd_tool_layer_toollayer_checker_checker_2_453d593b,node_agent_mmd_memory_vector_layer_memorylayer_checke_a583eb4f,cli_args_1_6144b055,node_agent_mmd_orchestration_layer_orchestration_comm_6e41a7f7,node_agent_mmd_tool_layer_toollayer_command_capabilit_7fe13db1,node_agent_mmd_tool_layer_toollayer_command_capabilit_e97a4615,node_agent_mmd_memory_vector_layer_memorylayer_comman_c72a5d05,linear_command_actions_e430f4f4,node_agent_mmd_orchestration_layer_orchestration_line_b67affd5,node_agent_mmd_tool_layer_toollayer_linear_command_ru_d6763748,node_agent_mmd_orchestration_layer_orchestration_poli_3270b55d,node_agent_mmd_tool_layer_toollayer_policy_validators_af136abf,node_agent_mmd_memory_vector_layer_memorylayer_policy_1944de42,node_agent_mmd_orchestration_layer_orchestration_type_7cf81261,node_agent_mmd_tool_layer_toollayer_types_core_types__6c8319b6,node_agent_mmd_memory_vector_layer_memorylayer_types__83f369fa,node_agent_mmd_orchestration_layer_orchestration_vali_d9fe99e6,node_agent_mmd_tool_layer_toollayer_validator_core_va_6ef6131f,node_agent_mmd_memory_vector_layer_memorylayer_valida_41034356,validator_helpers_7b927667,node_agent_mmd_orchestration_layer_orchestration_he_p_fc778c24,node_agent_mmd_tool_layer_toollayer_he_phase_exit_cor_af016160,ralph_runtime_73d63c0e,observed_skill_usage_ed7d5930,closure_evidence_aaa31467,pr_creator_dc6b1ea4,client_948fe603,init_output_360dce91,scaffold_ci_templates_2afd6392,scaffold_codex_environment_templates_334fbbed,scaffold_config_templates_4b80ce53,node_agent_mmd_orchestration_layer_orchestration_scaf_c9a90c2f,node_agent_mmd_tool_layer_toollayer_scaffold_environm_c1afc013,node_agent_mmd_memory_vector_layer_memorylayer_scaffo_12b42341,scaffold_github_actions_pr_pipeline_renderer_1ee18de5,scaffold_github_actions_pr_pipeline_template_e2b85f62,scaffold_package_command_template_80e32e83,scaffold_release_private_npm_template_075499f8,node_agent_mmd_llm_model_layer_llmlayer_constants_con_c9bd3f6c,node_agent_mmd_tool_layer_toollayer_constants_constan_9d71b829,index_9_32dd4d91,validation_common_6161e48b,node_agent_mmd_tool_layer_toollayer_cli_cli_2_1_32d9eeaf,node_agent_mmd_memory_vector_layer_memorylayer_cli_cl_1f1f89ab,node_agent_mmd_tool_layer_toollayer_metrics_tracker_m_4c9237d8,node_agent_mmd_memory_vector_layer_memorylayer_metric_12562178,normalise_renderer_85f2e563,evaluation_engine_core_e054fe49,node_agent_mmd_orchestration_layer_orchestration_tool_cc43149f,node_agent_mmd_tool_layer_toollayer_tooling_baseline__61e66e9f,node_agent_mmd_memory_vector_layer_memorylayer_toolin_14f86b00,node_agent_mmd_orchestration_layer_orchestration_prom_d17b4de2,node_agent_mmd_llm_model_layer_llmlayer_prompt_contex_81f9066a,node_agent_mmd_tool_layer_toollayer_prompt_context_dr_a2772f2b,node_agent_mmd_memory_vector_layer_memorylayer_prompt_ae34fc43,node_agent_mmd_orchestration_layer_orchestration_prom_77088997,node_agent_mmd_llm_model_layer_llmlayer_prompt_contex_e5066b88,node_agent_mmd_tool_layer_toollayer_prompt_context_dr_bd82da46,node_agent_mmd_memory_vector_layer_memorylayer_prompt_efd77624,replay_packet_a1293f88,index_14_d982116c,review_lifecycle_contract_e5447221,review_lifecycle_89afa64c,node_agent_mmd_tool_layer_toollayer_runtime_card_code_3636ceac,node_agent_mmd_memory_vector_layer_memorylayer_runtim_a5d23e7f,runtime_card_codex_runtime_0655e230,runtime_evidence_bundle_d471a232,types_36_674380ec,index_17_642943a2,projection_1b250ea1,types_38_e8efcd57,validation_7_c4e6d8b6 toolNode
+   class node_agent_mmd_orchestration_layer_orchestration_chec_7a9f0b64,node_agent_mmd_llm_model_layer_llmlayer_check_codex_a_29e7b7fa,node_agent_mmd_tool_layer_toollayer_check_codex_agent_4b361d5a,node_agent_mmd_orchestration_layer_orchestration_chec_7fd47f5c,node_agent_mmd_llm_model_layer_llmlayer_check_steerin_0e1bf90d,node_agent_mmd_tool_layer_toollayer_check_steering_fe_eafecf3a,node_agent_mmd_memory_vector_layer_memorylayer_check__64c86928,node_agent_mmd_orchestration_layer_orchestration_run__18817957,node_agent_mmd_llm_model_layer_llmlayer_run_harness_e_603fcfdc,node_agent_mmd_tool_layer_toollayer_run_harness_evals_e2ee24f1,validate_action_review_receipt_fa2f06c3,node_agent_mmd_orchestration_layer_orchestration_vali_c01b04be,node_agent_mmd_llm_model_layer_llmlayer_validate_pack_2a12e1f4,node_agent_mmd_tool_layer_toollayer_validate_packaged_2855c827,validate_replay_packet_f309747e,node_agent_mmd_tool_layer_toollayer_ci_migrate_core_c_049f8460,node_agent_mmd_memory_vector_layer_memorylayer_ci_mig_0cd5b1a4,doctor_checks_5a2eb2b9,doctor_github_tool_check_e0a938df,doctor_github_tool_checks_a53b0382,doctor_tool_checks_4acac51a,next_blocked_decisions_4140ad2b,policy_gate_213f7313,remediate_cli_output_cc165396,node_agent_mmd_orchestration_layer_orchestration_reme_359fe98f,node_agent_mmd_llm_model_layer_llmlayer_remediate_run_9e3d4585,node_agent_mmd_tool_layer_toollayer_remediate_runner__c003b871,node_agent_mmd_tool_layer_toollayer_review_gate_core__7704598b,node_agent_mmd_memory_vector_layer_memorylayer_review_5bee9816,index_1bc04b52,types_1_4ecdf56e,validation_constants_e002a0f6,validation_98c41dcd,node_agent_mmd_orchestration_layer_orchestration_chec_0550c395,node_agent_mmd_tool_layer_toollayer_checker_checker_2_453d593b,node_agent_mmd_memory_vector_layer_memorylayer_checke_a583eb4f,node_agent_mmd_orchestration_layer_orchestration_shar_724ef5f0,node_agent_mmd_tool_layer_toollayer_shared_state_poli_53734acd,cli_args_1_6144b055,node_agent_mmd_orchestration_layer_orchestration_comm_6e41a7f7,node_agent_mmd_tool_layer_toollayer_command_capabilit_7fe13db1,node_agent_mmd_tool_layer_toollayer_command_capabilit_e97a4615,node_agent_mmd_memory_vector_layer_memorylayer_comman_c72a5d05,linear_command_actions_e430f4f4,node_agent_mmd_orchestration_layer_orchestration_line_b67affd5,node_agent_mmd_tool_layer_toollayer_linear_command_ru_d6763748,node_agent_mmd_orchestration_layer_orchestration_poli_3270b55d,node_agent_mmd_tool_layer_toollayer_policy_validators_af136abf,node_agent_mmd_memory_vector_layer_memorylayer_policy_1944de42,node_agent_mmd_orchestration_layer_orchestration_type_7cf81261,node_agent_mmd_tool_layer_toollayer_types_core_types__6c8319b6,node_agent_mmd_memory_vector_layer_memorylayer_types__83f369fa,node_agent_mmd_orchestration_layer_orchestration_vali_d9fe99e6,node_agent_mmd_tool_layer_toollayer_validator_core_va_6ef6131f,node_agent_mmd_memory_vector_layer_memorylayer_valida_41034356,validator_helpers_7b927667,node_agent_mmd_orchestration_layer_orchestration_he_p_fc778c24,node_agent_mmd_tool_layer_toollayer_he_phase_exit_cor_af016160,ralph_runtime_73d63c0e,observed_skill_usage_ed7d5930,closure_evidence_aaa31467,pr_creator_dc6b1ea4,client_948fe603,init_output_360dce91,scaffold_ci_templates_2afd6392,scaffold_codex_environment_templates_334fbbed,scaffold_config_templates_4b80ce53,node_agent_mmd_orchestration_layer_orchestration_scaf_c9a90c2f,node_agent_mmd_tool_layer_toollayer_scaffold_environm_c1afc013,node_agent_mmd_memory_vector_layer_memorylayer_scaffo_12b42341,scaffold_github_actions_pr_pipeline_renderer_1ee18de5,scaffold_github_actions_pr_pipeline_template_e2b85f62,scaffold_package_command_template_80e32e83,scaffold_release_private_npm_template_075499f8,node_agent_mmd_llm_model_layer_llmlayer_constants_con_c9bd3f6c,node_agent_mmd_tool_layer_toollayer_constants_constan_9d71b829,index_9_32dd4d91,validation_common_6161e48b,node_agent_mmd_tool_layer_toollayer_cli_cli_2_1_32d9eeaf,node_agent_mmd_memory_vector_layer_memorylayer_cli_cl_1f1f89ab,node_agent_mmd_tool_layer_toollayer_metrics_tracker_m_4c9237d8,node_agent_mmd_memory_vector_layer_memorylayer_metric_12562178,normalise_renderer_85f2e563,evaluation_engine_core_e054fe49,node_agent_mmd_orchestration_layer_orchestration_tool_cc43149f,node_agent_mmd_tool_layer_toollayer_tooling_baseline__61e66e9f,node_agent_mmd_memory_vector_layer_memorylayer_toolin_14f86b00,node_agent_mmd_orchestration_layer_orchestration_prom_d17b4de2,node_agent_mmd_llm_model_layer_llmlayer_prompt_contex_81f9066a,node_agent_mmd_tool_layer_toollayer_prompt_context_dr_a2772f2b,node_agent_mmd_memory_vector_layer_memorylayer_prompt_ae34fc43,node_agent_mmd_orchestration_layer_orchestration_prom_77088997,node_agent_mmd_llm_model_layer_llmlayer_prompt_contex_e5066b88,node_agent_mmd_tool_layer_toollayer_prompt_context_dr_bd82da46,node_agent_mmd_memory_vector_layer_memorylayer_prompt_efd77624,replay_packet_a1293f88,index_14_d982116c,review_lifecycle_contract_e5447221,review_lifecycle_89afa64c,node_agent_mmd_tool_layer_toollayer_runtime_card_code_3636ceac,node_agent_mmd_memory_vector_layer_memorylayer_runtim_a5d23e7f,runtime_card_codex_runtime_0655e230,runtime_evidence_bundle_d471a232,types_36_674380ec,index_17_642943a2,projection_1b250ea1,types_38_e8efcd57,validation_7_c4e6d8b6 toolNode
  classDef memNode fill:#555,color:#fff
-   class node_agent_mmd_orchestration_layer_orchestration_chec_7fd47f5c,node_agent_mmd_llm_model_layer_llmlayer_check_steerin_0e1bf90d,node_agent_mmd_tool_layer_toollayer_check_steering_fe_eafecf3a,node_agent_mmd_memory_vector_layer_memorylayer_check__64c86928,normalize_workflow_contracts_8701f1c8,sync_codex_preflight_7e7a8dc2,test_harness_upgrade_matrix_84113c4e,node_agent_mmd_llm_model_layer_llmlayer_validate_prom_9880f764,node_agent_mmd_memory_vector_layer_memorylayer_valida_c52c4db8,validate_runtime_packet_schemas_bc3ba8ec,node_agent_mmd_llm_model_layer_llmlayer_validate_syst_5636156e,node_agent_mmd_memory_vector_layer_memorylayer_valida_db599a97,validate_workflow_contracts_33dc063c,branch_protect_core_a8feb0fd,node_agent_mmd_tool_layer_toollayer_ci_migrate_core_c_049f8460,node_agent_mmd_memory_vector_layer_memorylayer_ci_mig_0cd5b1a4,context_health_80bb7da9,node_agent_mmd_llm_model_layer_llmlayer_context_conte_ad2dfbd9,node_agent_mmd_memory_vector_layer_memorylayer_contex_78ceaaa9,docs_gate_core_eb9b6c18,node_agent_mmd_llm_model_layer_llmlayer_index_context_1041bd11,node_agent_mmd_memory_vector_layer_memorylayer_index__6f3402d0,local_memory_preflight_dcc36c42,memory_gate_a577a506,pattern_scope_siblings_43abe000,review_context_ca6cf81d,node_agent_mmd_tool_layer_toollayer_review_gate_core__7704598b,node_agent_mmd_memory_vector_layer_memorylayer_review_5bee9816,node_agent_mmd_llm_model_layer_llmlayer_search_search_66b9a911,node_agent_mmd_memory_vector_layer_memorylayer_search_ac35cb7e,session_context_e5ec72c0,node_agent_mmd_orchestration_layer_orchestration_tool_acfe0c01,node_agent_mmd_memory_vector_layer_memorylayer_toolin_a1185b8f,run_local_memory_preflight_36e92808,node_agent_mmd_orchestration_layer_orchestration_chec_0550c395,node_agent_mmd_tool_layer_toollayer_checker_checker_2_453d593b,node_agent_mmd_memory_vector_layer_memorylayer_checke_a583eb4f,node_agent_mmd_orchestration_layer_orchestration_cont_61b3b9c9,node_agent_mmd_llm_model_layer_llmlayer_context_healt_cfc0bfa8,node_agent_mmd_memory_vector_layer_memorylayer_contex_3204aa0e,node_agent_mmd_orchestration_layer_orchestration_type_4f906dcc,node_agent_mmd_memory_vector_layer_memorylayer_types__9ad640a0,branch_protect_sync_570adb18,node_agent_mmd_tool_layer_toollayer_command_capabilit_e97a4615,node_agent_mmd_memory_vector_layer_memorylayer_comman_c72a5d05,node_agent_mmd_orchestration_layer_orchestration_comm_1f8cc24c,node_agent_mmd_llm_model_layer_llmlayer_command_specs_782af9fa,node_agent_mmd_memory_vector_layer_memorylayer_comman_111eb454,local_memory_preflight_command_spec_9e23f3ce,memory_gate_command_spec_dc9001a9,review_gate_command_spec_3187376a,session_context_command_spec_973afbb1,node_agent_mmd_llm_model_layer_llmlayer_constants_con_c9bd3f6c,node_agent_mmd_memory_vector_layer_memorylayer_consta_702d3f46,context_compact_policy_3dcaf95d,node_agent_mmd_llm_model_layer_llmlayer_index_index_1_02e160ff,node_agent_mmd_memory_vector_layer_memorylayer_index__752bc61e,node_agent_mmd_llm_model_layer_llmlayer_indexer_index_4f4deef5,node_agent_mmd_memory_vector_layer_memorylayer_indexe_93e6d86f,init_error_5c7dd49f,lexical_fallback_723e2b3e,node_agent_mmd_llm_model_layer_llmlayer_ollama_ollama_968b23fa,node_agent_mmd_memory_vector_layer_memorylayer_ollama_6d51be16,rollout_a4fa034c,sources_878a52fc,store_824d80d7,node_agent_mmd_llm_model_layer_llmlayer_sync_contract_9f3cc8c1,node_agent_mmd_memory_vector_layer_memorylayer_sync_c_e43418bc,types_8_f6283648,harness_run_context_ac7c77a9,index_4_013aa0e3,json_schema_core_96d7e328,node_agent_mmd_orchestration_layer_orchestration_poli_3270b55d,node_agent_mmd_tool_layer_toollayer_policy_validators_af136abf,node_agent_mmd_memory_vector_layer_memorylayer_policy_1944de42,node_agent_mmd_orchestration_layer_orchestration_type_7cf81261,node_agent_mmd_tool_layer_toollayer_types_core_types__6c8319b6,node_agent_mmd_memory_vector_layer_memorylayer_types__83f369fa,node_agent_mmd_orchestration_layer_orchestration_vali_d9fe99e6,node_agent_mmd_tool_layer_toollayer_validator_core_va_6ef6131f,node_agent_mmd_memory_vector_layer_memorylayer_valida_41034356,archive_candidates_scanner_d0931789,archive_candidates_dc0e40e1,docs_task_eval_contract_79347457,docs_task_eval_fixtures_44902755,node_agent_mmd_orchestration_layer_orchestration_init_2a9c3ecb,node_agent_mmd_memory_vector_layer_memorylayer_init_m_333d02c5,node_agent_mmd_orchestration_layer_orchestration_proj_6ab6f60f,node_agent_mmd_memory_vector_layer_memorylayer_projec_3ae304d9,scaffold_diagram_templates_dd88e83c,node_agent_mmd_orchestration_layer_orchestration_scaf_12cc07db,node_agent_mmd_memory_vector_layer_memorylayer_scaffo_5fd73b94,node_agent_mmd_orchestration_layer_orchestration_scaf_c9a90c2f,node_agent_mmd_tool_layer_toollayer_scaffold_environm_c1afc013,node_agent_mmd_memory_vector_layer_memorylayer_scaffo_12b42341,scaffold_hook_templates_8c74ab50,scaffold_root_command_templates_404fed7f,scaffold_script_template_registry_69312d4e,scaffold_shell_templates_0ad0f915,scaffold_surfaces_12d6494e,node_agent_mmd_orchestration_layer_orchestration_scaf_ff8f92f6,node_agent_mmd_memory_vector_layer_memorylayer_scaffo_a86eece1,scaffold_workflow_template_92310587,eval_seed_5699fd3e,index_10_f6785a46,review_context_1_e3afed15,memory_gate_1_265164ac,branch_enforcer_acb749cd,cli_args_5_09ea29f0,node_agent_mmd_tool_layer_toollayer_cli_cli_2_1_32d9eeaf,node_agent_mmd_memory_vector_layer_memorylayer_cli_cl_1f1f89ab,node_agent_mmd_tool_layer_toollayer_metrics_tracker_m_4c9237d8,node_agent_mmd_memory_vector_layer_memorylayer_metric_12562178,types_19_eb4ad5f0,validator_5_b19ac2be,node_agent_mmd_orchestration_layer_orchestration_clas_899b821a,node_agent_mmd_memory_vector_layer_memorylayer_classi_1ebbf5ff,node_agent_mmd_orchestration_layer_orchestration_tool_cc43149f,node_agent_mmd_tool_layer_toollayer_tooling_baseline__61e66e9f,node_agent_mmd_memory_vector_layer_memorylayer_toolin_14f86b00,claim_helpers_20dc8387,types_24_c63dc1a7,local_memory_smoke_1175abfc,local_memory_0db17ecc,performance_overload_c685bfcf,node_agent_mmd_orchestration_layer_orchestration_sugg_85c5ebe3,node_agent_mmd_memory_vector_layer_memorylayer_sugges_267f408d,node_agent_mmd_orchestration_layer_orchestration_prom_d17b4de2,node_agent_mmd_llm_model_layer_llmlayer_prompt_contex_81f9066a,node_agent_mmd_tool_layer_toollayer_prompt_context_dr_a2772f2b,node_agent_mmd_memory_vector_layer_memorylayer_prompt_ae34fc43,node_agent_mmd_orchestration_layer_orchestration_prom_77088997,node_agent_mmd_llm_model_layer_llmlayer_prompt_contex_e5066b88,node_agent_mmd_tool_layer_toollayer_prompt_context_dr_bd82da46,node_agent_mmd_memory_vector_layer_memorylayer_prompt_efd77624,node_agent_mmd_llm_model_layer_llmlayer_prompt_contex_6426acc2,node_agent_mmd_memory_vector_layer_memorylayer_prompt_55c0d605,types_31_eb363e20,policy_1_fc4198db,node_agent_mmd_tool_layer_toollayer_runtime_card_code_3636ceac,node_agent_mmd_memory_vector_layer_memorylayer_runtim_a5d23e7f,cli_12_01c06c37,collector_0736fd5b,types_34_85e6a0bb,overload_guard_2748c559 memNode
+   class node_agent_mmd_orchestration_layer_orchestration_chec_7fd47f5c,node_agent_mmd_llm_model_layer_llmlayer_check_steerin_0e1bf90d,node_agent_mmd_tool_layer_toollayer_check_steering_fe_eafecf3a,node_agent_mmd_memory_vector_layer_memorylayer_check__64c86928,normalize_workflow_contracts_8701f1c8,sync_codex_preflight_7e7a8dc2,test_harness_upgrade_matrix_84113c4e,node_agent_mmd_llm_model_layer_llmlayer_validate_prom_9880f764,node_agent_mmd_memory_vector_layer_memorylayer_valida_c52c4db8,validate_runtime_packet_schemas_bc3ba8ec,node_agent_mmd_llm_model_layer_llmlayer_validate_syst_5636156e,node_agent_mmd_memory_vector_layer_memorylayer_valida_db599a97,validate_workflow_contracts_33dc063c,branch_protect_core_a8feb0fd,node_agent_mmd_tool_layer_toollayer_ci_migrate_core_c_049f8460,node_agent_mmd_memory_vector_layer_memorylayer_ci_mig_0cd5b1a4,context_health_80bb7da9,node_agent_mmd_llm_model_layer_llmlayer_context_conte_ad2dfbd9,node_agent_mmd_memory_vector_layer_memorylayer_contex_78ceaaa9,docs_gate_core_eb9b6c18,node_agent_mmd_llm_model_layer_llmlayer_index_context_1041bd11,node_agent_mmd_memory_vector_layer_memorylayer_index__6f3402d0,local_memory_preflight_dcc36c42,memory_gate_a577a506,node_agent_mmd_orchestration_layer_orchestration_next_5393fba1,node_agent_mmd_memory_vector_layer_memorylayer_next_r_7feb80cc,pattern_scope_siblings_43abe000,review_context_ca6cf81d,node_agent_mmd_tool_layer_toollayer_review_gate_core__7704598b,node_agent_mmd_memory_vector_layer_memorylayer_review_5bee9816,node_agent_mmd_llm_model_layer_llmlayer_search_search_66b9a911,node_agent_mmd_memory_vector_layer_memorylayer_search_ac35cb7e,session_context_e5ec72c0,node_agent_mmd_orchestration_layer_orchestration_tool_acfe0c01,node_agent_mmd_memory_vector_layer_memorylayer_toolin_a1185b8f,run_local_memory_preflight_36e92808,node_agent_mmd_orchestration_layer_orchestration_chec_0550c395,node_agent_mmd_tool_layer_toollayer_checker_checker_2_453d593b,node_agent_mmd_memory_vector_layer_memorylayer_checke_a583eb4f,node_agent_mmd_orchestration_layer_orchestration_cont_61b3b9c9,node_agent_mmd_llm_model_layer_llmlayer_context_healt_cfc0bfa8,node_agent_mmd_memory_vector_layer_memorylayer_contex_3204aa0e,node_agent_mmd_orchestration_layer_orchestration_type_4f906dcc,node_agent_mmd_memory_vector_layer_memorylayer_types__9ad640a0,branch_protect_sync_570adb18,node_agent_mmd_tool_layer_toollayer_command_capabilit_e97a4615,node_agent_mmd_memory_vector_layer_memorylayer_comman_c72a5d05,node_agent_mmd_orchestration_layer_orchestration_comm_1f8cc24c,node_agent_mmd_llm_model_layer_llmlayer_command_specs_782af9fa,node_agent_mmd_memory_vector_layer_memorylayer_comman_111eb454,local_memory_preflight_command_spec_9e23f3ce,memory_gate_command_spec_dc9001a9,review_gate_command_spec_3187376a,session_context_command_spec_973afbb1,node_agent_mmd_llm_model_layer_llmlayer_constants_con_c9bd3f6c,node_agent_mmd_memory_vector_layer_memorylayer_consta_702d3f46,context_compact_policy_3dcaf95d,node_agent_mmd_llm_model_layer_llmlayer_index_index_1_02e160ff,node_agent_mmd_memory_vector_layer_memorylayer_index__752bc61e,node_agent_mmd_llm_model_layer_llmlayer_indexer_index_4f4deef5,node_agent_mmd_memory_vector_layer_memorylayer_indexe_93e6d86f,init_error_5c7dd49f,lexical_fallback_723e2b3e,node_agent_mmd_llm_model_layer_llmlayer_ollama_ollama_968b23fa,node_agent_mmd_memory_vector_layer_memorylayer_ollama_6d51be16,rollout_a4fa034c,sources_878a52fc,store_824d80d7,node_agent_mmd_llm_model_layer_llmlayer_sync_contract_9f3cc8c1,node_agent_mmd_memory_vector_layer_memorylayer_sync_c_e43418bc,types_8_f6283648,harness_run_context_ac7c77a9,index_4_013aa0e3,json_schema_core_96d7e328,node_agent_mmd_orchestration_layer_orchestration_poli_3270b55d,node_agent_mmd_tool_layer_toollayer_policy_validators_af136abf,node_agent_mmd_memory_vector_layer_memorylayer_policy_1944de42,node_agent_mmd_orchestration_layer_orchestration_type_7cf81261,node_agent_mmd_tool_layer_toollayer_types_core_types__6c8319b6,node_agent_mmd_memory_vector_layer_memorylayer_types__83f369fa,node_agent_mmd_orchestration_layer_orchestration_vali_d9fe99e6,node_agent_mmd_tool_layer_toollayer_validator_core_va_6ef6131f,node_agent_mmd_memory_vector_layer_memorylayer_valida_41034356,archive_candidates_scanner_d0931789,archive_candidates_dc0e40e1,docs_task_eval_contract_79347457,docs_task_eval_fixtures_44902755,node_agent_mmd_orchestration_layer_orchestration_init_2a9c3ecb,node_agent_mmd_memory_vector_layer_memorylayer_init_m_333d02c5,node_agent_mmd_orchestration_layer_orchestration_proj_6ab6f60f,node_agent_mmd_memory_vector_layer_memorylayer_projec_3ae304d9,scaffold_diagram_templates_dd88e83c,node_agent_mmd_orchestration_layer_orchestration_scaf_12cc07db,node_agent_mmd_memory_vector_layer_memorylayer_scaffo_5fd73b94,node_agent_mmd_orchestration_layer_orchestration_scaf_c9a90c2f,node_agent_mmd_tool_layer_toollayer_scaffold_environm_c1afc013,node_agent_mmd_memory_vector_layer_memorylayer_scaffo_12b42341,scaffold_hook_templates_8c74ab50,scaffold_root_command_templates_404fed7f,scaffold_script_template_registry_69312d4e,scaffold_shell_templates_0ad0f915,scaffold_surfaces_12d6494e,node_agent_mmd_orchestration_layer_orchestration_scaf_ff8f92f6,node_agent_mmd_memory_vector_layer_memorylayer_scaffo_a86eece1,scaffold_workflow_template_92310587,eval_seed_5699fd3e,index_10_f6785a46,review_context_1_e3afed15,memory_gate_1_265164ac,branch_enforcer_acb749cd,cli_args_5_09ea29f0,node_agent_mmd_tool_layer_toollayer_cli_cli_2_1_32d9eeaf,node_agent_mmd_memory_vector_layer_memorylayer_cli_cl_1f1f89ab,node_agent_mmd_tool_layer_toollayer_metrics_tracker_m_4c9237d8,node_agent_mmd_memory_vector_layer_memorylayer_metric_12562178,types_19_eb4ad5f0,validator_5_b19ac2be,node_agent_mmd_orchestration_layer_orchestration_clas_899b821a,node_agent_mmd_memory_vector_layer_memorylayer_classi_1ebbf5ff,node_agent_mmd_orchestration_layer_orchestration_tool_cc43149f,node_agent_mmd_tool_layer_toollayer_tooling_baseline__61e66e9f,node_agent_mmd_memory_vector_layer_memorylayer_toolin_14f86b00,claim_helpers_20dc8387,types_24_c63dc1a7,local_memory_smoke_1175abfc,local_memory_0db17ecc,performance_overload_c685bfcf,node_agent_mmd_orchestration_layer_orchestration_sugg_85c5ebe3,node_agent_mmd_memory_vector_layer_memorylayer_sugges_267f408d,node_agent_mmd_orchestration_layer_orchestration_prom_d17b4de2,node_agent_mmd_llm_model_layer_llmlayer_prompt_contex_81f9066a,node_agent_mmd_tool_layer_toollayer_prompt_context_dr_a2772f2b,node_agent_mmd_memory_vector_layer_memorylayer_prompt_ae34fc43,node_agent_mmd_orchestration_layer_orchestration_prom_77088997,node_agent_mmd_llm_model_layer_llmlayer_prompt_contex_e5066b88,node_agent_mmd_tool_layer_toollayer_prompt_context_dr_bd82da46,node_agent_mmd_memory_vector_layer_memorylayer_prompt_efd77624,node_agent_mmd_llm_model_layer_llmlayer_prompt_contex_6426acc2,node_agent_mmd_memory_vector_layer_memorylayer_prompt_55c0d605,types_31_eb363e20,policy_1_fc4198db,node_agent_mmd_tool_layer_toollayer_runtime_card_code_3636ceac,node_agent_mmd_memory_vector_layer_memorylayer_runtim_a5d23e7f,cli_12_01c06c37,collector_0736fd5b,types_34_85e6a0bb,overload_guard_2748c559 memNode
